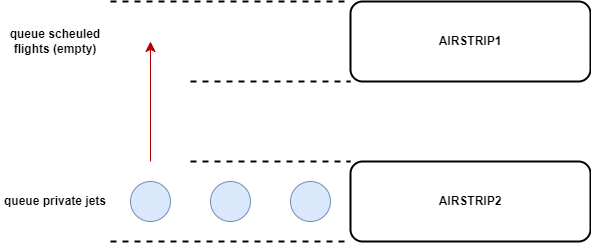
NiccoBene00/airTrafficController keeps this draw.io diagram as AirTrafficController_Doc/figure3.png. Above is the earlier version. Source tidied: cells renumbered, new cells last; positions are measured from the earlier drawing's top-left corner, leaving out a move shared by most shapes.
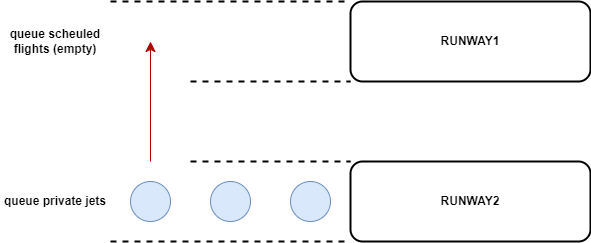
After the change.

The edit, as a diff of the source:
```diff
@@ -5,7 +5,7 @@
     <mxCell id="2" value="&lt;font style=&quot;font-size: 12px;&quot;&gt;&lt;b&gt;queue scheuled flights (empty)&lt;/b&gt;&lt;/font&gt;" style="text;html=1;strokeColor=none;fillColor=none;align=center;verticalAlign=middle;whiteSpace=wrap;rounded=0;shadow=0;" parent="1" vertex="1">
       <mxGeometry y="25" width="110" height="30" as="geometry" />
     </mxCell>
-    <mxCell id="3" value="&lt;b&gt;AIRSTRIP1&lt;/b&gt;" style="rounded=1;whiteSpace=wrap;html=1;fillColor=none;strokeColor=#000000;strokeWidth=2;" parent="1" vertex="1">
+    <mxCell id="3" value="&lt;b&gt;RUNWAY1&lt;/b&gt;" style="rounded=1;whiteSpace=wrap;html=1;fillColor=none;strokeColor=#000000;strokeWidth=2;" parent="1" vertex="1">
       <mxGeometry x="350" width="240" height="80" as="geometry" />
     </mxCell>
     <mxCell id="4" style="endArrow=none;html=1;rounded=0;strokeColor=#000000;entryX=0;entryY=1;entryDx=0;entryDy=0;dashed=1;strokeWidth=2;" parent="1" edge="1" target="3">
@@ -25,7 +25,7 @@
     <mxCell id="7" value="&lt;b&gt;queue private jets&lt;br&gt;&lt;/b&gt;" style="text;html=1;strokeColor=none;fillColor=none;align=center;verticalAlign=middle;whiteSpace=wrap;rounded=0;shadow=0;" parent="1" vertex="1">
       <mxGeometry y="185" width="110" height="30" as="geometry" />
     </mxCell>
-    <mxCell id="8" value="&lt;b&gt;AIRSTRIP2&lt;/b&gt;" style="rounded=1;whiteSpace=wrap;html=1;fillColor=none;strokeColor=#000000;strokeWidth=2;" parent="1" vertex="1">
+    <mxCell id="8" value="&lt;b&gt;RUNWAY2&lt;/b&gt;" style="rounded=1;whiteSpace=wrap;html=1;fillColor=none;strokeColor=#000000;strokeWidth=2;" parent="1" vertex="1">
       <mxGeometry x="350" y="160" width="240" height="80" as="geometry" />
     </mxCell>
     <mxCell id="9" style="endArrow=none;html=1;rounded=0;strokeColor=#000000;entryX=0;entryY=1;entryDx=0;entryDy=0;dashed=1;strokeWidth=2;" parent="1" edge="1" target="8">
```
